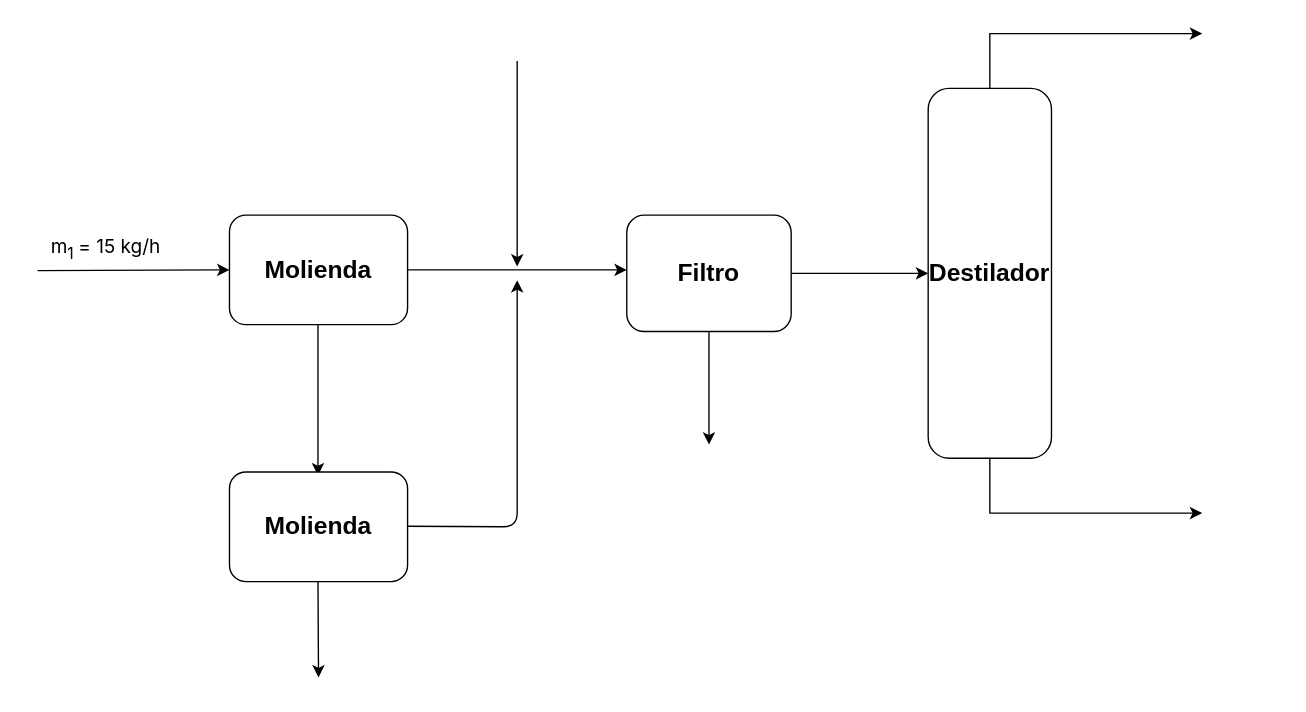
Earlier version of the draw.io diagram Diagrama sin título.drawio (EDUJOS/bio-etanol). Source tidied: cells renumbered, new cells numbered last; positions are measured from the earlier drawing's top-left corner, leaving out a move shared by most shapes. Both pictures are drawn from the tidied source at 137%, with x=0, y=0 at pixel (23, 33).
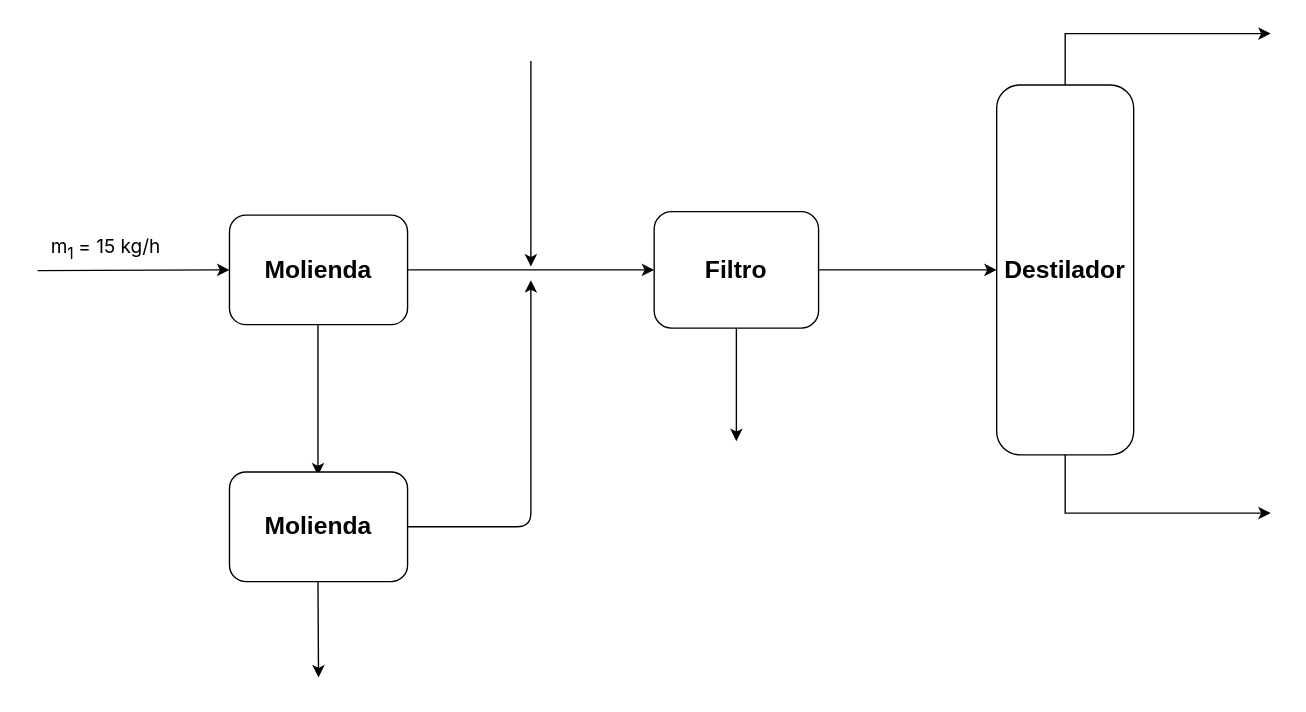
Above is the later version.

Commit message:
Actualizar Diagrama Bio-Etanol.drawio

Unchanged cells that the change refers to:
```xml
<mxCell id="10" value="&lt;h2&gt;Molienda&lt;/h2&gt;" style="rounded=1;whiteSpace=wrap;html=1;" parent="1" vertex="1">
  <mxGeometry x="150" y="320" width="130" height="80" as="geometry" />
</mxCell>
```

Diff of the diagram source:
```diff
@@
     <mxCell id="5" value="&lt;h2&gt;Filtro&lt;/h2&gt;" style="whiteSpace=wrap;html=1;rounded=1;" parent="1" vertex="1">
-      <mxGeometry x="440" y="132.5" width="120" height="85" as="geometry" />
+      <mxGeometry x="460" y="130" width="120" height="85" as="geometry" />
     </mxCell>
@@
     <mxCell id="8" style="endArrow=classic;html=1;rounded=1;" parent="1" edge="1">
       <mxGeometry relative="1" as="geometry">
-        <mxPoint x="360" y="20" as="sourcePoint" />
-        <mxPoint x="360" y="170" as="targetPoint" />
+        <mxPoint x="370" y="20" as="sourcePoint" />
+        <mxPoint x="370" y="170" as="targetPoint" />
       </mxGeometry>
     </mxCell>
@@
-    <mxCell id="11" style="edgeStyle=orthogonalEdgeStyle;rounded=1;orthogonalLoop=1;jettySize=auto;html=1;noEdgeStyle=1;orthogonal=1;" parent="1" edge="1">
+    <mxCell id="11" style="edgeStyle=orthogonalEdgeStyle;rounded=1;jettySize=auto;html=1;noEdgeStyle=1;orthogonal=1;exitX=1;exitY=0.5;exitDx=0;exitDy=0;" parent="1" edge="1" source="10">
       <mxGeometry relative="1" as="geometry">
-        <mxPoint x="280" y="359.6" as="sourcePoint" />
-        <mxPoint x="360" y="180" as="targetPoint" />
+        <mxPoint x="370" y="180" as="targetPoint" />
         <Array as="points">
-          <mxPoint x="360" y="360" />
+          <mxPoint x="370" y="360" />
         </Array>
       </mxGeometry>
     </mxCell>
@@
     <mxCell id="13" style="endArrow=classic;html=1;rounded=1;" parent="1" edge="1">
       <mxGeometry relative="1" as="geometry">
-        <mxPoint x="500" y="217.5" as="sourcePoint" />
-        <mxPoint x="500" y="300" as="targetPoint" />
+        <mxPoint x="520" y="215" as="sourcePoint" />
+        <mxPoint x="520" y="297.5" as="targetPoint" />
       </mxGeometry>
     </mxCell>
-    <mxCell id="14" value="&lt;h2 style=&quot;&quot;&gt;Destilador&lt;/h2&gt;" style="whiteSpace=wrap;html=1;rounded=1;align=center;arcSize=17;" parent="1" vertex="1">
-      <mxGeometry x="660" y="40" width="90" height="270" as="geometry" />
+    <mxCell id="14" value="&lt;h2 style=&quot;line-height: 120%;&quot;&gt;Destilador&lt;/h2&gt;" style="whiteSpace=wrap;html=1;rounded=1;align=center;arcSize=17;" parent="1" vertex="1">
+      <mxGeometry x="710" y="37.5" width="100" height="270" as="geometry" />
     </mxCell>
-    <mxCell id="15" style="endArrow=classic;html=1;rounded=0;" parent="1" edge="1" source="14">
+    <mxCell id="15" style="endArrow=classic;html=1;rounded=0;exitX=0.5;exitY=0;exitDx=0;exitDy=0;" parent="1" edge="1" source="14">
       <mxGeometry relative="1" as="geometry">
-        <mxPoint x="860" as="targetPoint" />
+        <mxPoint x="910" as="targetPoint" />
         <Array as="points">
-          <mxPoint x="705" />
+          <mxPoint x="760" />
         </Array>
       </mxGeometry>
     </mxCell>
-    <mxCell id="16" style="endArrow=classic;html=1;rounded=0;" parent="1" edge="1" source="14">
-      <mxGeometry relative="1" as="geometry">
-        <mxPoint x="860" y="350" as="targetPoint" />
-        <Array as="points">
-          <mxPoint x="705" y="350" />
-        </Array>
-      </mxGeometry>
-    </mxCell>
+    <mxCell id="17" style="endArrow=classic;html=1;rounded=0;" parent="1" edge="1" source="14">
+      <mxGeometry relative="1" as="geometry">
+        <mxPoint x="910" y="350" as="targetPoint" />
+        <Array as="points">
+          <mxPoint x="760" y="350" />
+        </Array>
+      </mxGeometry>
+    </mxCell>
```
